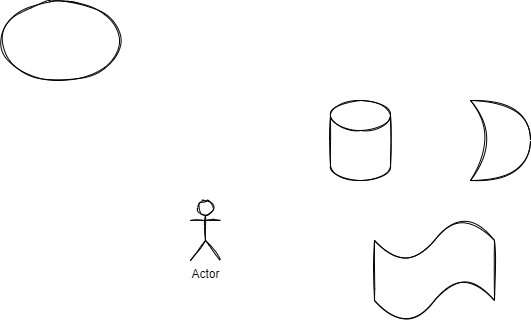
The draw.io diagram draw.io/未命名绘图.drawio.png in Sh-Fang/my-images, before a commit. Source tidied: cells renumbered, new cells last; positions are measured from the earlier drawing's top-left corner, leaving out a move shared by most shapes.
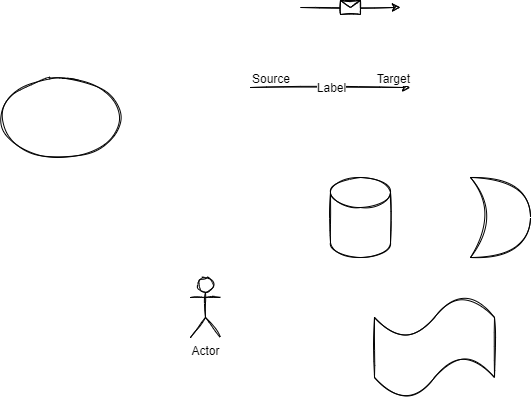
After the commit.

Commit message:
更新未命名绘图.drawio.png

Diff of the diagram source:
```diff
@@ -17,5 +17,31 @@
     <mxCell id="6" style="shape=tape;whiteSpace=wrap;html=1;shadow=0;sketch=1;" parent="1" vertex="1">
       <mxGeometry x="374" y="220" width="120" height="100" as="geometry" />
     </mxCell>
+    <mxCell id="7" style="endArrow=classic;html=1;rounded=0;sketch=1;" parent="1" edge="1">
+      <mxGeometry relative="1" as="geometry">
+        <mxPoint x="250" y="10" as="sourcePoint" />
+        <mxPoint x="410" y="10" as="targetPoint" />
+      </mxGeometry>
+    </mxCell>
+    <mxCell id="8" value="Label" style="edgeLabel;html=1;align=center;verticalAlign=middle;shadow=0;sketch=1;" parent="7" vertex="1">
+      <mxGeometry relative="1" as="geometry" />
+    </mxCell>
+    <mxCell id="9" value="Source" style="edgeLabel;html=1;align=left;verticalAlign=bottom;shadow=0;sketch=1;" parent="7" vertex="1">
+      <mxGeometry x="-1" relative="1" as="geometry" />
+    </mxCell>
+    <mxCell id="10" value="Target" style="edgeLabel;html=1;align=right;verticalAlign=bottom;shadow=0;sketch=1;" parent="7" vertex="1">
+      <mxGeometry x="1" relative="1" as="geometry" />
+    </mxCell>
+    <mxCell id="11" style="endArrow=classic;html=1;rounded=0;sketch=1;" parent="1" edge="1">
+      <mxGeometry relative="1" as="geometry">
+        <mxPoint x="300" y="-70" as="sourcePoint" />
+        <mxPoint x="400" y="-70" as="targetPoint" />
+      </mxGeometry>
+    </mxCell>
+    <mxCell id="12" style="shape=message;html=1;shadow=0;sketch=1;" parent="11" vertex="1">
+      <mxGeometry width="20" height="14" relative="1" as="geometry">
+        <mxPoint x="-10" y="-7" as="offset" />
+      </mxGeometry>
+    </mxCell>
   </root>
 </mxGraphModel>
```
